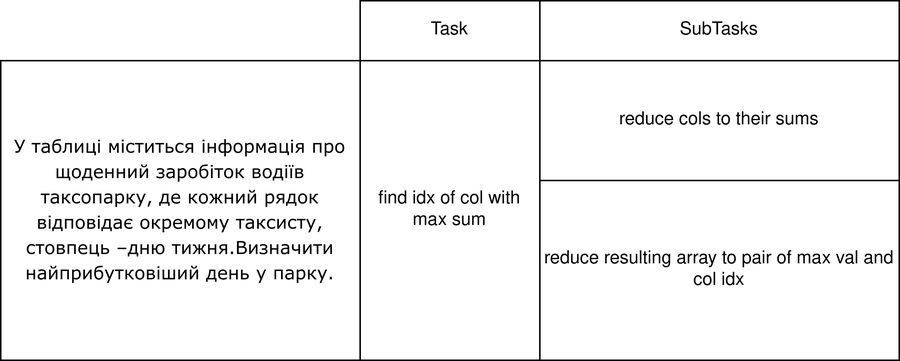
Above: 1/asd1.png in dazzlemon/diit_121-ipz_y2_asd (draw.io), before the change. Source tidied: cells renumbered, new cells last; positions are measured from the earlier drawing's top-left corner, leaving out a move shared by most shapes.
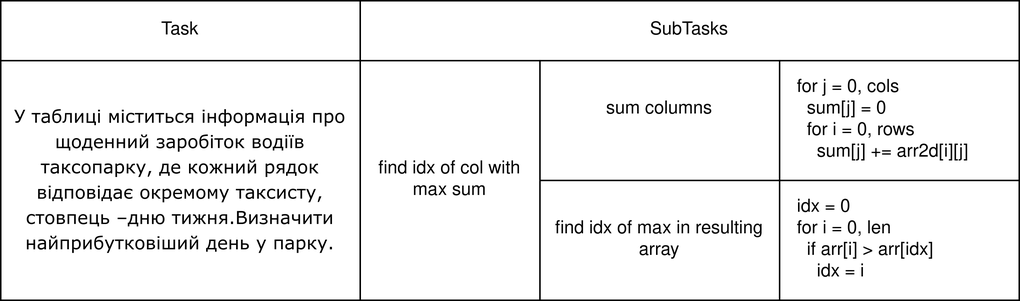
After the change.

What changed in the source:
```diff
@@ -3,22 +3,28 @@
     <mxCell id="0" />
     <mxCell id="1" parent="0" />
     <mxCell id="2" value="Task" style="rounded=0;whiteSpace=wrap;html=1;" parent="1" vertex="1">
-      <mxGeometry x="240" width="120" height="40" as="geometry" />
+      <mxGeometry width="240" height="40" as="geometry" />
     </mxCell>
     <mxCell id="3" value="SubTasks" style="rounded=0;whiteSpace=wrap;html=1;" parent="1" vertex="1">
-      <mxGeometry x="360" width="240" height="40" as="geometry" />
+      <mxGeometry x="240" width="440" height="40" as="geometry" />
     </mxCell>
     <mxCell id="4" value="&lt;font style=&quot;font-size: 12px&quot;&gt;&lt;span style=&quot;left: 178.033px ; top: 1093.31px ; font-family: sans-serif ; transform: scalex(0.903364)&quot;&gt;У  таблиці  міститься  інформація  про  щоденний  зароб&lt;/span&gt;&lt;span style=&quot;left: 801.567px ; top: 1093.31px ; font-family: sans-serif ; transform: scalex(0.917274)&quot;&gt;іток  воді&lt;/span&gt;&lt;span style=&quot;left: 903.967px ; top: 1093.31px ; font-family: sans-serif&quot;&gt;ї&lt;/span&gt;&lt;span style=&quot;left: 910.567px ; top: 1093.31px ; font-family: sans-serif&quot;&gt;в&lt;/span&gt;&lt;span style=&quot;left: 178.033px ; top: 1125.51px ; font-family: sans-serif ; transform: scalex(0.814689)&quot;&gt; такс&lt;/span&gt;&lt;span style=&quot;left: 220.433px ; top: 1125.51px ; font-family: sans-serif ; transform: scalex(0.800659)&quot;&gt;опа&lt;/span&gt;&lt;span style=&quot;left: 254.833px ; top: 1125.51px ; font-family: sans-serif&quot;&gt;р&lt;/span&gt;&lt;span style=&quot;left: 266.633px ; top: 1125.51px ; font-family: sans-serif ; transform: scalex(0.834936)&quot;&gt;ку&lt;/span&gt;&lt;span style=&quot;left: 289.433px ; top: 1125.51px ; font-family: sans-serif ; transform: scalex(0.842239)&quot;&gt;, де кожний рядок &lt;/span&gt;&lt;span style=&quot;left: 489.283px ; top: 1125.51px ; font-family: sans-serif ; transform: scalex(0.819248)&quot;&gt;відповідає&lt;/span&gt;&lt;span style=&quot;left: 601.717px ; top: 1125.51px ; font-family: sans-serif ; transform: scalex(0.834206)&quot;&gt; окремому таксисту, стовпець &lt;/span&gt;&lt;span style=&quot;left: 909.767px ; top: 1125.51px ; font-family: sans-serif&quot;&gt;–&lt;/span&gt;&lt;span style=&quot;left: 178.033px ; top: 1157.71px ; font-family: sans-serif ; transform: scalex(0.839724)&quot;&gt;дню ти&lt;/span&gt;&lt;span style=&quot;left: 248.433px ; top: 1157.71px ; font-family: sans-serif&quot;&gt;ж&lt;/span&gt;&lt;span style=&quot;left: 264.633px ; top: 1157.71px ; font-family: sans-serif&quot;&gt;н&lt;/span&gt;&lt;span style=&quot;left: 277.033px ; top: 1157.71px ; font-family: sans-serif&quot;&gt;я&lt;/span&gt;&lt;span style=&quot;left: 287.833px ; top: 1157.72px ; font-family: sans-serif&quot;&gt;.&lt;/span&gt;&lt;span style=&quot;left: 299.433px ; top: 1157.71px ; font-family: sans-serif ; transform: scalex(0.836258)&quot;&gt;Визначити&lt;/span&gt;&lt;span style=&quot;left: 412.283px ; top: 1157.71px ; font-family: sans-serif ; transform: scalex(0.822424)&quot;&gt; найприбутковіший день&lt;/span&gt;&lt;span style=&quot;left: 658.517px ; top: 1157.71px ; font-family: sans-serif ; transform: scalex(0.804041)&quot;&gt; у парку&lt;/span&gt;&lt;span style=&quot;left: 733.317px ; top: 1157.72px ; font-family: sans-serif&quot;&gt;.&lt;/span&gt;&lt;/font&gt;" style="rounded=0;whiteSpace=wrap;html=1;" parent="1" vertex="1">
-      <mxGeometry y="40" width="240" height="200" as="geometry" />
+      <mxGeometry y="40" width="240" height="160" as="geometry" />
     </mxCell>
     <mxCell id="5" value="find idx of col with max sum" style="rounded=0;whiteSpace=wrap;html=1;" parent="1" vertex="1">
-      <mxGeometry x="240" y="40" width="120" height="200" as="geometry" />
+      <mxGeometry x="240" y="40" width="120" height="160" as="geometry" />
     </mxCell>
-    <mxCell id="6" value="reduce cols to their sums" style="rounded=0;whiteSpace=wrap;html=1;" parent="1" vertex="1">
-      <mxGeometry x="360" y="40" width="240" height="80" as="geometry" />
+    <mxCell id="6" value="&lt;div&gt;sum columns&lt;/div&gt;&lt;div&gt;&lt;br&gt;&lt;/div&gt;" style="rounded=0;whiteSpace=wrap;html=1;" parent="1" vertex="1">
+      <mxGeometry x="360" y="40" width="160" height="80" as="geometry" />
     </mxCell>
-    <mxCell id="7" value="reduce resulting array to pair of max val and col idx" style="rounded=0;whiteSpace=wrap;html=1;" parent="1" vertex="1">
-      <mxGeometry x="360" y="120" width="240" height="120" as="geometry" />
+    <mxCell id="7" value="&lt;div&gt;find idx of max in resulting array&lt;/div&gt;" style="rounded=0;whiteSpace=wrap;html=1;" parent="1" vertex="1">
+      <mxGeometry x="360" y="120" width="160" height="80" as="geometry" />
     </mxCell>
+    <mxCell id="8" value="&lt;div align=&quot;left&quot;&gt;for j = 0, cols&lt;/div&gt;&lt;div align=&quot;left&quot;&gt;&amp;nbsp; sum[j] = 0&lt;/div&gt;&lt;div align=&quot;left&quot;&gt;&amp;nbsp; for i = 0, rows&lt;/div&gt;&lt;div align=&quot;left&quot;&gt;&amp;nbsp;&amp;nbsp;&amp;nbsp; sum[j] += arr2d[i][j]&lt;br&gt;&lt;/div&gt;" style="rounded=0;whiteSpace=wrap;html=1;align=left;spacingLeft=10;" parent="1" vertex="1">
+      <mxGeometry x="520" y="40" width="160" height="80" as="geometry" />
+    </mxCell>
+    <mxCell id="9" value="&lt;div align=&quot;left&quot;&gt;idx = 0&lt;br&gt;&lt;/div&gt;&lt;div align=&quot;left&quot;&gt;for i = 0, len&lt;/div&gt;&lt;div align=&quot;left&quot;&gt;&amp;nbsp; if arr[i] &amp;gt; arr[idx]&lt;/div&gt;&lt;div align=&quot;left&quot;&gt;&amp;nbsp;&amp;nbsp;&amp;nbsp; idx = i&lt;br&gt;&lt;/div&gt;" style="rounded=0;whiteSpace=wrap;html=1;align=left;spacingLeft=10;" parent="1" vertex="1">
+      <mxGeometry x="520" y="120" width="160" height="80" as="geometry" />
+    </mxCell>
   </root>
 </mxGraphModel>
```
